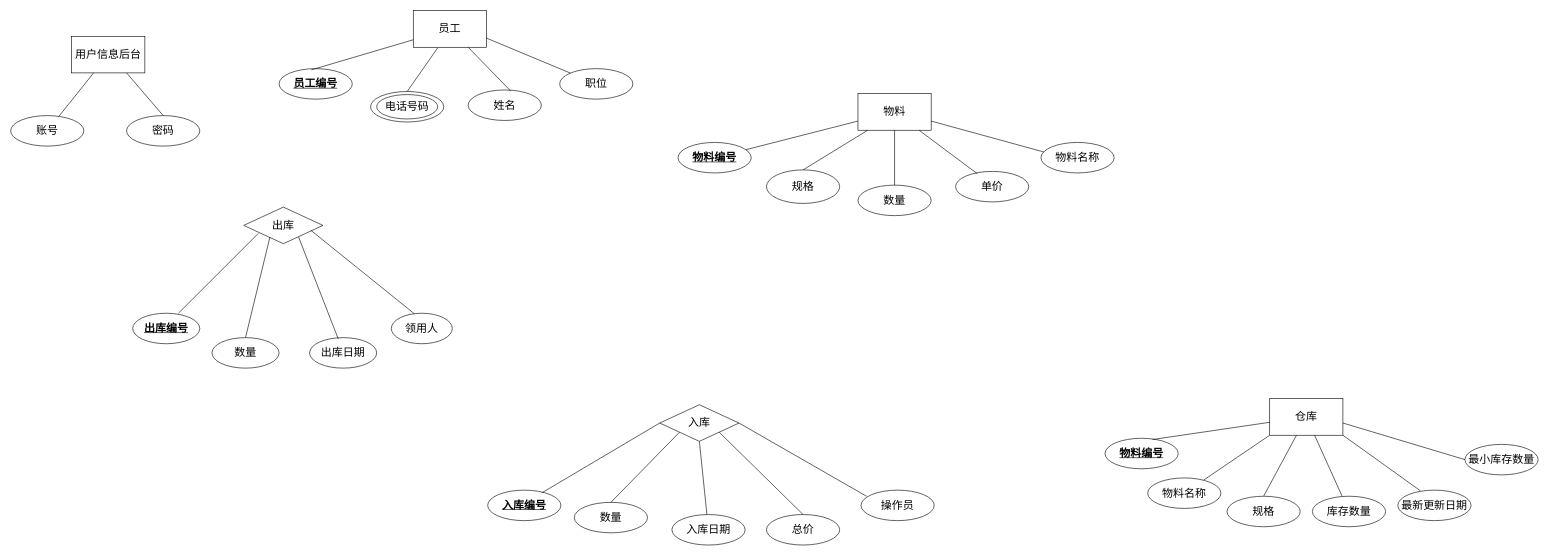
Before: 属性.drawio in images130/LJ_Project, a draw.io diagram. Source tidied: cells renumbered, new cells numbered last; positions are measured from the earlier drawing's top-left corner, leaving out a move shared by most shapes. Both pictures are drawn from the tidied source at 61%, with x=0, y=0 at pixel (10, 10).
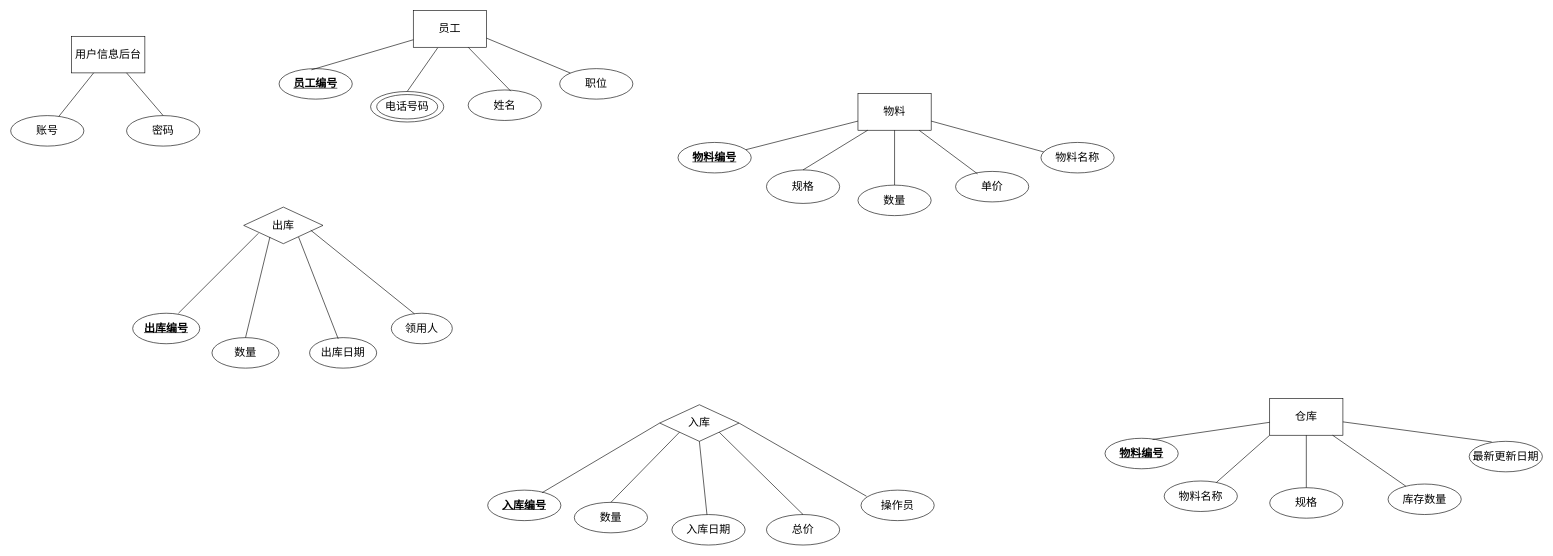
The same page after the edit.

Unchanged cells that the change refers to:
```xml
<mxCell id="23" value="仓库" style="rounded=0;whiteSpace=wrap;html=1;fontSize=18;fontStyle=0;" parent="1" vertex="1">
  <mxGeometry x="2064" y="636" width="120" height="60" as="geometry" />
</mxCell>
```

The edit, as a diff of the source:
```diff
@@
     <mxCell id="27" value="库存数量" style="ellipse;whiteSpace=wrap;html=1;fontSize=18;fontStyle=0;" parent="1" vertex="1">
-      <mxGeometry x="2134" y="796" width="120" height="50" as="geometry" />
+      <mxGeometry x="2258" y="776" width="120" height="50" as="geometry" />
     </mxCell>
     <mxCell id="28" value="规格" style="ellipse;whiteSpace=wrap;html=1;fontSize=18;fontStyle=0;" parent="1" vertex="1">
-      <mxGeometry x="1994" y="796" width="120" height="50" as="geometry" />
+      <mxGeometry x="2064" y="782" width="120" height="50" as="geometry" />
     </mxCell>
     <mxCell id="29" value="最新更新日期" style="ellipse;whiteSpace=wrap;html=1;fontSize=18;fontStyle=0;" parent="1" vertex="1">
-      <mxGeometry x="2274" y="786" width="120" height="50" as="geometry" />
+      <mxGeometry x="2391" y="706" width="120" height="50" as="geometry" />
     </mxCell>
     <mxCell id="30" value="物料名称" style="ellipse;whiteSpace=wrap;html=1;fontSize=18;fontStyle=0;" parent="1" vertex="1">
-      <mxGeometry x="1864" y="766" width="120" height="50" as="geometry" />
+      <mxGeometry x="1891" y="771" width="120" height="50" as="geometry" />
     </mxCell>
-    <mxCell id="31" value="最小库存数量" style="ellipse;whiteSpace=wrap;html=1;fontSize=18;fontStyle=0;" parent="1" vertex="1">
-      <mxGeometry x="2384" y="711" width="120" height="50" as="geometry" />
-    </mxCell>
@@
-    <mxCell id="35" style="endArrow=none;html=1;entryX=0;entryY=0.5;entryDx=0;entryDy=0;fontSize=18;fontStyle=0;" parent="1" edge="1" target="31">
-      <mxGeometry relative="1" as="geometry">
-        <mxPoint x="2184" y="676" as="sourcePoint" />
-      </mxGeometry>
-    </mxCell>
@@
-    <mxCell id="37" style="endArrow=none;html=1;entryX=0.308;entryY=0.02;entryDx=0;entryDy=0;entryPerimeter=0;exitX=1;exitY=1;exitDx=0;exitDy=0;fontSize=18;fontStyle=0;" parent="1" edge="1" source="23" target="29">
+    <mxCell id="37" style="endArrow=none;html=1;entryX=0.308;entryY=0.02;entryDx=0;entryDy=0;entryPerimeter=0;fontSize=18;fontStyle=0;" parent="1" edge="1" source="23" target="29">
       <mxGeometry relative="1" as="geometry" />
     </mxCell>
```
